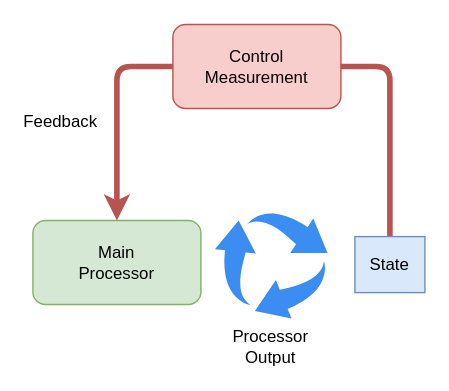
This is page "integrated-control" (5 of 7) of files/A-theory-of-consciousness-v2.drawio from malcolmlett/malcolmlett.github.io, a draw.io file, before an edit. Source tidied: cells renumbered, new cells numbered last; positions are measured from the earlier drawing's top-left corner, leaving out a move shared by most shapes. Both pictures are drawn from the tidied source at 140%, with x=0, y=0 at pixel (32, 24).
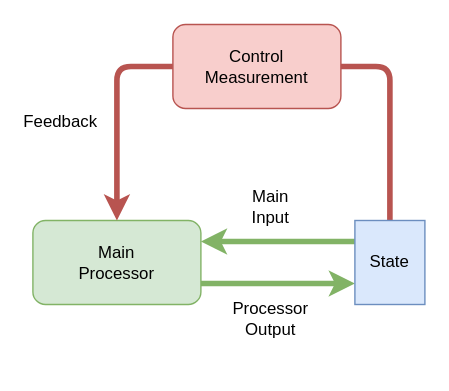
The same diagram, later.

Diff of the diagram source:
```diff
@@
 <mxGraphModel>
   <root>
     <mxCell id="0" />
     <mxCell id="1" parent="0" />
+    <mxCell id="10" style="edgeStyle=orthogonalEdgeStyle;rounded=0;jettySize=auto;html=1;entryX=0;entryY=0.75;entryDx=0;entryDy=0;exitX=1;exitY=0.75;exitDx=0;exitDy=0;strokeWidth=4;strokeColor=#82b366;fillColor=#d5e8d4;" parent="1" edge="1" source="2" target="6">
+      <mxGeometry relative="1" as="geometry" />
+    </mxCell>
     <mxCell id="2" value="Main&lt;br&gt;Processor" style="rounded=1;whiteSpace=wrap;html=1;fillColor=#d5e8d4;strokeColor=#82b366;" parent="1" vertex="1">
       <mxGeometry y="140" width="120" height="60" as="geometry" />
     </mxCell>
     <mxCell id="3" style="edgeStyle=orthogonalEdgeStyle;rounded=1;jettySize=auto;html=1;strokeWidth=4;fontSize=12;exitX=0;exitY=0.5;exitDx=0;exitDy=0;fillColor=#f8cecc;strokeColor=#b85450;" parent="1" edge="1" source="4" target="2">
       <mxGeometry relative="1" as="geometry" />
     </mxCell>
     <mxCell id="4" value="Control&lt;br&gt;Measurement" style="rounded=1;whiteSpace=wrap;html=1;fillColor=#f8cecc;strokeColor=#b85450;" parent="1" vertex="1">
       <mxGeometry x="100" width="120" height="60" as="geometry" />
     </mxCell>
     <mxCell id="5" style="edgeStyle=orthogonalEdgeStyle;rounded=1;jettySize=auto;html=1;entryX=1;entryY=0.5;entryDx=0;entryDy=0;strokeWidth=4;fontSize=12;exitX=0.5;exitY=0;exitDx=0;exitDy=0;fillColor=#f8cecc;strokeColor=#b85450;endArrow=none;endFill=0;" parent="1" edge="1" source="6" target="4">
       <mxGeometry relative="1" as="geometry" />
     </mxCell>
+    <mxCell id="11" style="edgeStyle=orthogonalEdgeStyle;rounded=0;jettySize=auto;html=1;entryX=1;entryY=0.25;entryDx=0;entryDy=0;exitX=0;exitY=0.25;exitDx=0;exitDy=0;strokeWidth=4;strokeColor=#82b366;fillColor=#d5e8d4;" parent="1" edge="1" source="6" target="2">
+      <mxGeometry relative="1" as="geometry" />
+    </mxCell>
     <mxCell id="6" value="State" style="rounded=0;whiteSpace=wrap;html=1;fillColor=#dae8fc;strokeColor=#6c8ebf;" parent="1" vertex="1">
-      <mxGeometry x="230" y="151.5" width="50" height="40" as="geometry" />
+      <mxGeometry x="230" y="140" width="50" height="60" as="geometry" />
     </mxCell>
-    <mxCell id="7" style="html=1;strokeColor=none;shadow=0;align=center;verticalAlign=top;fillColor=#3B8DF1;shape=mxgraph.gcp2.arrow_cycle;" parent="1" vertex="1">
-      <mxGeometry x="130" y="133.5" width="80.5" height="76.5" as="geometry" />
-    </mxCell>
     <mxCell id="8" value="Feedback" style="text;html=1;strokeColor=none;fillColor=none;align=center;verticalAlign=middle;whiteSpace=wrap;rounded=0;fontSize=12;" parent="1" vertex="1">
       <mxGeometry y="60" width="40" height="20" as="geometry" />
     </mxCell>
     <mxCell id="9" value="Processor&lt;br&gt;Output" style="text;html=1;strokeColor=none;fillColor=none;align=center;verticalAlign=middle;whiteSpace=wrap;rounded=0;fontSize=12;" parent="1" vertex="1">
-      <mxGeometry x="150.3" y="220" width="40" height="20" as="geometry" />
+      <mxGeometry x="150.3" y="200" width="40" height="20" as="geometry" />
     </mxCell>
+    <mxCell id="12" value="Main Input" style="text;html=1;strokeColor=none;fillColor=none;align=center;verticalAlign=middle;whiteSpace=wrap;rounded=0;fontSize=12;" parent="1" vertex="1">
+      <mxGeometry x="150.3" y="120" width="40" height="20" as="geometry" />
+    </mxCell>
   </root>
 </mxGraphModel>
```
